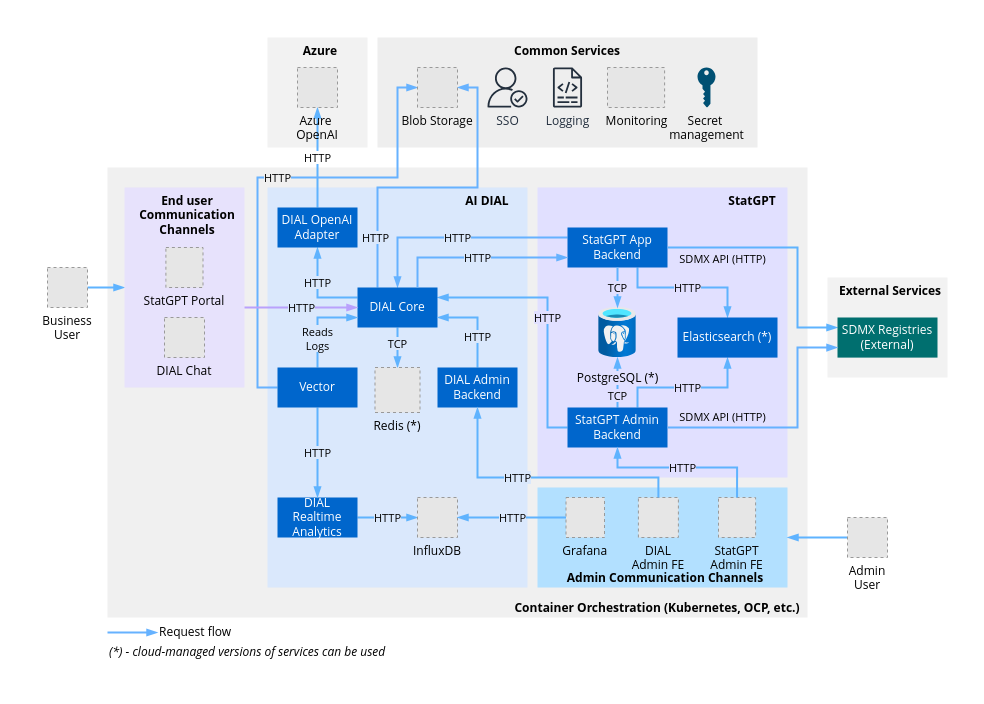
epam/statgpt keeps this draw.io diagram as page "detailed architecture" (2 of 2) of architecture/content/diagrams.drawio. Above is the earlier version. Source tidied: cells renumbered, new cells numbered last; positions are measured from the earlier drawing's top-left corner, leaving out a move shared by most shapes. Both pictures are drawn from the tidied source at 100%, with x=0, y=0 at pixel (17, 17). Pictures stored in the file or linked from it are replaced by grey dashed boxes.
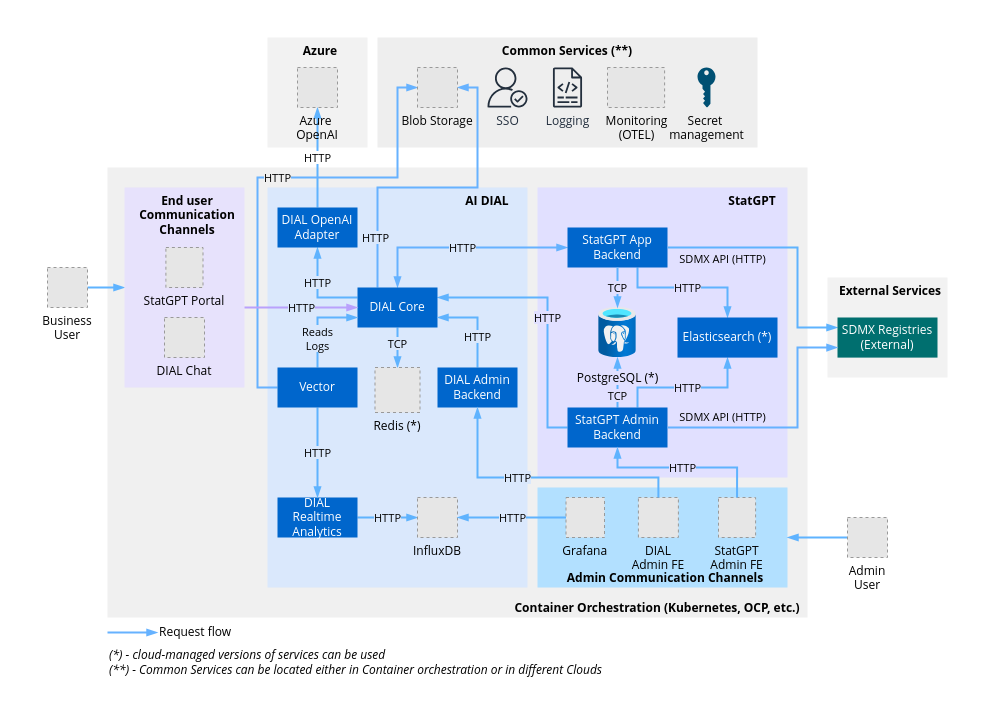
The same page after the edit.

Commit message (it also covers changes not shown here):
fixed diagram issues

The change refers to these unchanged cells:
```xml
<mxCell id="12" value="StatGPT App Backend" style="rounded=0;whiteSpace=wrap;html=1;fillColor=#0066CC;fontColor=#FFFFFF;strokeColor=none;fontFamily=Open Sans;" parent="1" vertex="1">
  <mxGeometry x="550" y="210" width="100" height="40" as="geometry" />
</mxCell>
<mxCell id="25" value="DIAL Core" style="rounded=0;whiteSpace=wrap;html=1;fillColor=#0066CC;fontColor=#FFFFFF;strokeColor=none;fontFamily=Open Sans;" parent="1" vertex="1">
  <mxGeometry x="340" y="270" width="80" height="40" as="geometry" />
</mxCell>
```

Diff of the diagram source:
```diff
@@
     <mxCell id="2" style="rounded=0;whiteSpace=wrap;html=1;strokeColor=none;" parent="1" vertex="1">
-      <mxGeometry width="950" height="660" as="geometry" />
+      <mxGeometry width="950" height="670" as="geometry" />
     </mxCell>
-    <mxCell id="3" value="Common Services" style="rounded=0;whiteSpace=wrap;html=1;align=center;verticalAlign=top;strokeColor=none;spacingLeft=0;fontStyle=1;fillColor=#eeeeee;fontFamily=Open Sans;" parent="1" vertex="1">
+    <mxCell id="3" value="Common Services (**)" style="rounded=0;whiteSpace=wrap;html=1;align=center;verticalAlign=top;strokeColor=none;spacingLeft=0;fontStyle=1;fillColor=#eeeeee;fontFamily=Open Sans;" parent="1" vertex="1">
       <mxGeometry x="360" y="20" width="380" height="110" as="geometry" />
     </mxCell>
@@
-    <mxCell id="10" value="HTTP" style="edgeStyle=orthogonalEdgeStyle;rounded=0;jettySize=auto;html=1;entryX=0.5;entryY=0;entryDx=0;entryDy=0;endArrow=blockThin;endFill=1;strokeColor=#66b2ff;strokeWidth=2;fontFamily=Open Sans;exitX=0;exitY=0.25;exitDx=0;exitDy=0;labelBackgroundColor=light-dark(#dae8fc, #ededed);" parent="1" edge="1" source="12" target="25">
+    <mxCell id="10" value="HTTP" style="edgeStyle=orthogonalEdgeStyle;rounded=0;jettySize=auto;html=1;entryX=0.5;entryY=0;entryDx=0;entryDy=0;endArrow=blockThin;endFill=1;strokeColor=#66b2ff;strokeWidth=2;fontFamily=Open Sans;exitX=0;exitY=0.5;exitDx=0;exitDy=0;labelBackgroundColor=light-dark(#dae8fc, #ededed);startArrow=blockThin;startFill=1;" parent="1" edge="1" source="12" target="25">
       <mxGeometry relative="1" as="geometry">
         <Array as="points">
-          <mxPoint x="380" y="220" />
+          <mxPoint x="380" y="230" />
         </Array>
       </mxGeometry>
     </mxCell>
@@
-    <mxCell id="36" value="HTTP" style="edgeStyle=orthogonalEdgeStyle;rounded=0;jettySize=auto;html=1;entryX=0;entryY=0.75;entryDx=0;entryDy=0;endArrow=blockThin;endFill=1;strokeColor=#66b2ff;strokeWidth=2;fontFamily=Open Sans;exitX=0.75;exitY=0;exitDx=0;exitDy=0;labelBackgroundColor=light-dark(#dae8fc, #ededed);" parent="1" edge="1" source="25" target="12">
-      <mxGeometry relative="1" as="geometry">
-        <Array as="points">
-          <mxPoint x="400" y="240" />
-        </Array>
-      </mxGeometry>
-    </mxCell>
@@
-    <mxCell id="58" value="Monitoring" style="fillColor=#E6E6E6;strokeColor=#999999;dashed=1;html=1;verticalLabelPosition=bottom;labelBackgroundColor=none;verticalAlign=top;fontFamily=Open Sans;" parent="1" vertex="1">
+    <mxCell id="58" value="Monitoring&lt;div&gt;(OTEL)&lt;/div&gt;" style="fillColor=#E6E6E6;strokeColor=#999999;dashed=1;html=1;verticalLabelPosition=bottom;labelBackgroundColor=none;verticalAlign=top;fontFamily=Open Sans;" parent="1" vertex="1">
       <mxGeometry x="590" y="50" width="57.1" height="40" as="geometry" />
     </mxCell>
@@
-    <mxCell id="62" value="&lt;i&gt;(*) - cloud-managed versions of services can be used&lt;/i&gt;" style="text;html=1;align=left;verticalAlign=middle;whiteSpace=wrap;rounded=0;fontFamily=Open Sans;" parent="1" vertex="1">
-      <mxGeometry x="90" y="620" width="300" height="30" as="geometry" />
+    <mxCell id="62" value="&lt;i&gt;(*) - cloud-managed versions of services can be used&lt;/i&gt;&lt;div&gt;&lt;i&gt;(**) - Common Services can be located either in Container orchestration or in different Clouds&lt;/i&gt;&lt;/div&gt;" style="text;html=1;align=left;verticalAlign=middle;whiteSpace=wrap;rounded=0;fontFamily=Open Sans;" parent="1" vertex="1">
+      <mxGeometry x="90" y="630" width="500" height="30" as="geometry" />
     </mxCell>
```
